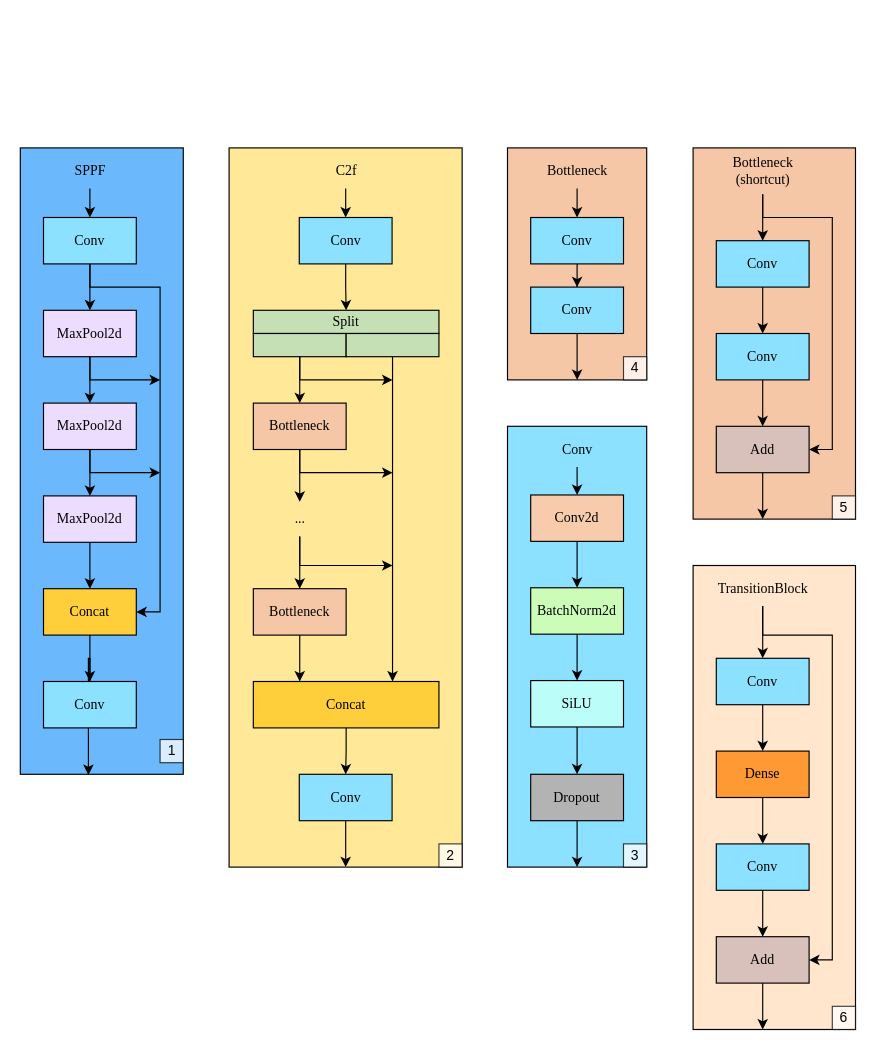
Above: writing/work/imgs/ai/yolov8_parts.drawio in JuuuF/masterarbeit (draw.io), before the change. Source tidied: cells renumbered, new cells numbered last; positions are measured from the earlier drawing's top-left corner, leaving out a move shared by most shapes. Both pictures are drawn from the tidied source at 116%, with x=0, y=0 at pixel (20, 147).
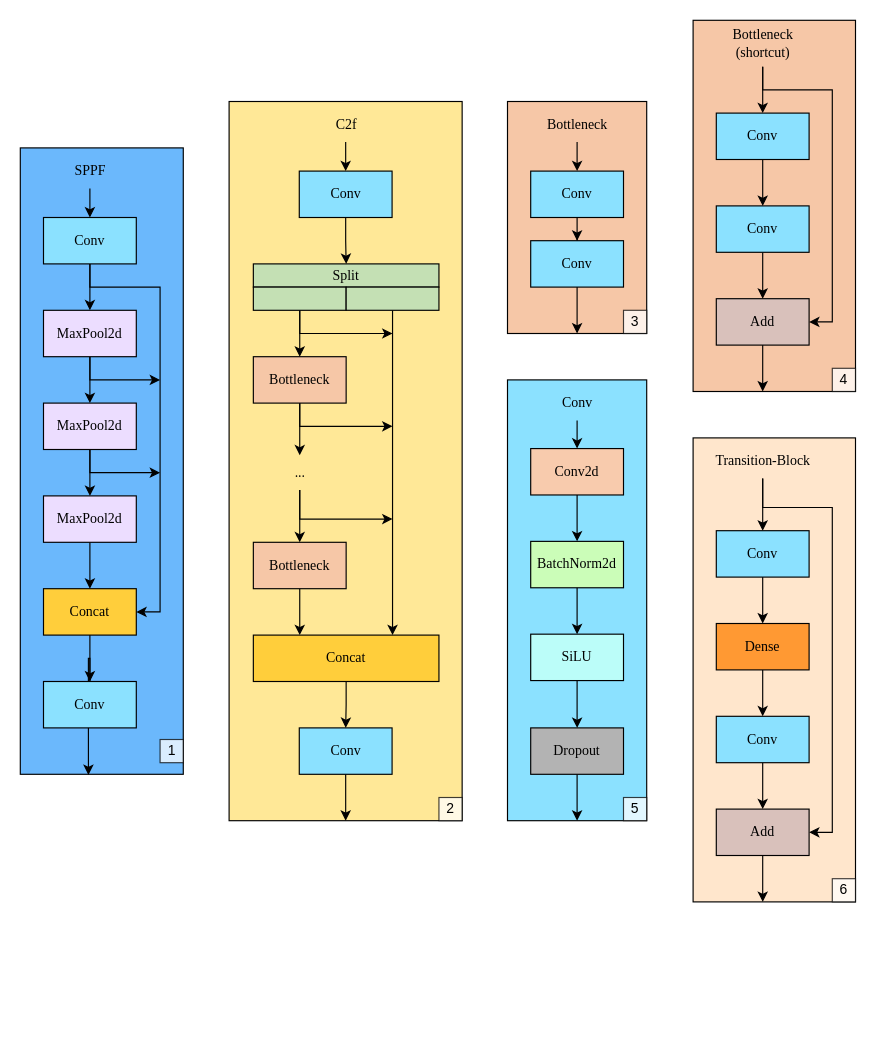
The same diagram, later.

Diff of the diagram source:
```diff
@@
     <mxCell id="2" style="group;fontFamily=Garamond;" parent="1" vertex="1">
-      <mxGeometry x="580" width="140" height="320" as="geometry" />
+      <mxGeometry x="580" y="-110" width="140" height="320" as="geometry" />
     </mxCell>
@@
-    <mxCell id="13" value="5" style="whiteSpace=wrap;html=1;opacity=75;" parent="2" vertex="1">
+    <mxCell id="13" value="4" style="whiteSpace=wrap;html=1;opacity=75;" parent="2" vertex="1">
       <mxGeometry x="120" y="300" width="20" height="20" as="geometry" />
     </mxCell>
     <mxCell id="14" style="group;fontFamily=Garamond;" parent="1" vertex="1">
-      <mxGeometry x="420" width="120" height="200" as="geometry" />
+      <mxGeometry x="420" y="-40" width="120" height="200" as="geometry" />
     </mxCell>
@@
-    <mxCell id="22" value="4" style="whiteSpace=wrap;html=1;opacity=75;" parent="14" vertex="1">
+    <mxCell id="22" value="3" style="whiteSpace=wrap;html=1;opacity=75;" parent="14" vertex="1">
       <mxGeometry x="100" y="180" width="20" height="20" as="geometry" />
     </mxCell>
     <mxCell id="23" style="group;fontFamily=Garamond;" parent="1" vertex="1">
-      <mxGeometry x="180" width="200.9" height="620" as="geometry" />
+      <mxGeometry x="180" y="-40" width="200.9" height="620" as="geometry" />
     </mxCell>
@@
     <mxCell id="48" style="group;fontFamily=Garamond;" parent="1" vertex="1">
-      <mxGeometry x="420" y="240" width="120" height="380" as="geometry" />
+      <mxGeometry x="420" y="200" width="120" height="380" as="geometry" />
     </mxCell>
@@
-    <mxCell id="61" value="3" style="whiteSpace=wrap;html=1;opacity=75;" parent="48" vertex="1">
+    <mxCell id="61" value="5" style="whiteSpace=wrap;html=1;opacity=75;" parent="48" vertex="1">
       <mxGeometry x="100" y="360" width="20" height="20" as="geometry" />
     </mxCell>
@@
     <mxCell id="83" style="group;" parent="1" vertex="1">
-      <mxGeometry x="580" y="360" width="140" height="400" as="geometry" />
+      <mxGeometry x="580" y="250" width="140" height="400" as="geometry" />
     </mxCell>
@@
-    <mxCell id="87" value="TransitionBlock" style="text;html=1;align=center;verticalAlign=middle;points=[];strokeColor=none;fillColor=none;fontFamily=Garamond;" parent="83" vertex="1">
-      <mxGeometry x="10" y="5" width="100" height="30" as="geometry" />
+    <mxCell id="87" value="Transition-&lt;span style=&quot;background-color: transparent; color: light-dark(rgb(0, 0, 0), rgb(255, 255, 255));&quot;&gt;Block&lt;/span&gt;" style="text;html=1;align=center;verticalAlign=middle;points=[];strokeColor=none;fillColor=none;fontFamily=Garamond;" parent="83" vertex="1">
+      <mxGeometry x="5" y="5" width="110" height="30" as="geometry" />
     </mxCell>
```
